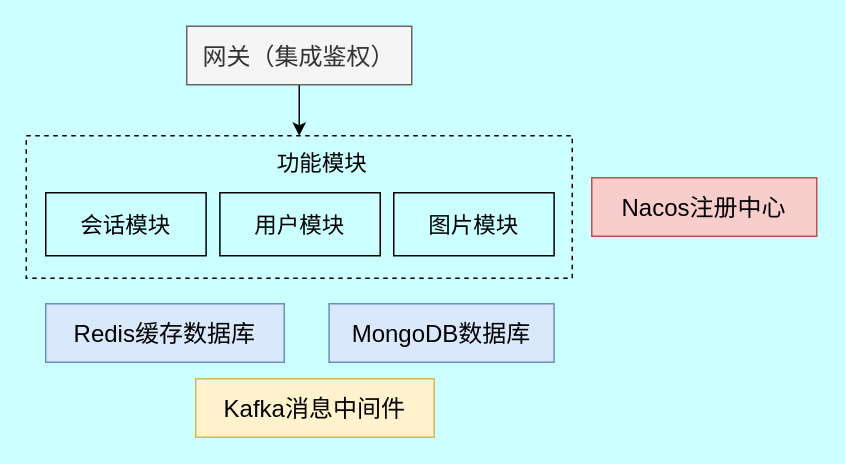
swsk33/find-me-cloud keeps this draw.io diagram as page "功能架构" (2 of 4) of findMe-UML.dio. Above is the earlier version. Source tidied: cells renumbered, new cells numbered last; positions are measured from the earlier drawing's top-left corner, leaving out a move shared by most shapes. Both pictures are drawn from the tidied source at 150%, with x=0, y=0 at pixel (26, 26).
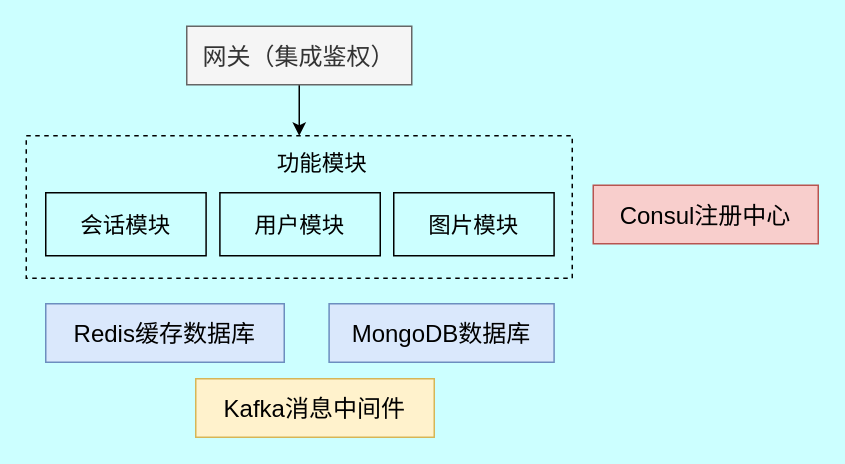
After the change.

Diff of the diagram source:
```diff
@@
 <mxGraphModel background="#CCFFFF">
   <root>
     <mxCell id="0" />
     <mxCell id="1" parent="0" />
     <mxCell id="2" style="edgeStyle=orthogonalEdgeStyle;rounded=0;jettySize=auto;html=1;exitX=0.5;exitY=1;exitDx=0;exitDy=0;entryX=0.5;entryY=0;entryDx=0;entryDy=0;" parent="1" edge="1" source="3" target="7">
       <mxGeometry relative="1" as="geometry" />
     </mxCell>
     <mxCell id="3" value="&lt;font style=&quot;font-size: 16px;&quot;&gt;网关（集成鉴权）&lt;/font&gt;" style="rounded=0;whiteSpace=wrap;html=1;strokeColor=#666666;fillColor=#f5f5f5;fontColor=#333333;" parent="1" vertex="1">
       <mxGeometry x="107" width="150" height="39" as="geometry" />
     </mxCell>
-    <mxCell id="4" value="&lt;span style=&quot;font-size: 16px;&quot;&gt;Nacos注册中心&lt;/span&gt;" style="rounded=0;whiteSpace=wrap;html=1;strokeColor=#b85450;fillColor=#f8cecc;" parent="1" vertex="1">
-      <mxGeometry x="377" y="101" width="150" height="39" as="geometry" />
+    <mxCell id="4" value="&lt;span style=&quot;font-size: 16px;&quot;&gt;Consul注册中心&lt;/span&gt;" style="rounded=0;whiteSpace=wrap;html=1;strokeColor=#b85450;fillColor=#f8cecc;" parent="1" vertex="1">
+      <mxGeometry x="378" y="106" width="150" height="39" as="geometry" />
     </mxCell>
     <mxCell id="5" value="&lt;span style=&quot;font-size: 16px;&quot;&gt;MongoDB数据库&lt;/span&gt;" style="rounded=0;whiteSpace=wrap;html=1;strokeColor=#6c8ebf;fillColor=#dae8fc;" parent="1" vertex="1">
       <mxGeometry x="201.9" y="185" width="150" height="39" as="geometry" />
     </mxCell>
     <mxCell id="6" value="&lt;span style=&quot;font-size: 16px;&quot;&gt;Redis缓存数据库&lt;/span&gt;" style="rounded=0;whiteSpace=wrap;html=1;strokeColor=#6c8ebf;fillColor=#dae8fc;" parent="1" vertex="1">
       <mxGeometry x="13" y="185" width="159" height="39" as="geometry" />
     </mxCell>
     <mxCell id="7" style="rounded=0;whiteSpace=wrap;html=1;fillColor=none;dashed=1;" parent="1" vertex="1">
       <mxGeometry y="73" width="364" height="95" as="geometry" />
     </mxCell>
     <mxCell id="8" value="&lt;font style=&quot;font-size: 15px;&quot;&gt;功能模块&lt;/font&gt;" style="text;html=1;align=center;verticalAlign=middle;strokeColor=none;fillColor=none;" parent="1" vertex="1">
       <mxGeometry x="158" y="76" width="78" height="30" as="geometry" />
     </mxCell>
     <mxCell id="9" value="会话模块" style="rounded=0;whiteSpace=wrap;html=1;fontSize=15;fillColor=none;" parent="1" vertex="1">
       <mxGeometry x="13" y="111" width="106.9" height="42" as="geometry" />
     </mxCell>
     <mxCell id="10" value="用户模块" style="rounded=0;whiteSpace=wrap;html=1;fontSize=15;fillColor=none;" parent="1" vertex="1">
       <mxGeometry x="129.1" y="111" width="106.9" height="42" as="geometry" />
     </mxCell>
     <mxCell id="11" value="图片模块" style="rounded=0;whiteSpace=wrap;html=1;fontSize=15;fillColor=none;" parent="1" vertex="1">
       <mxGeometry x="245" y="111" width="106.9" height="42" as="geometry" />
     </mxCell>
     <mxCell id="12" value="&lt;span style=&quot;font-size: 16px;&quot;&gt;Kafka消息中间件&lt;/span&gt;" style="rounded=0;whiteSpace=wrap;html=1;strokeColor=#d6b656;fillColor=#fff2cc;" parent="1" vertex="1">
       <mxGeometry x="113" y="235" width="159" height="39" as="geometry" />
     </mxCell>
   </root>
 </mxGraphModel>
```
